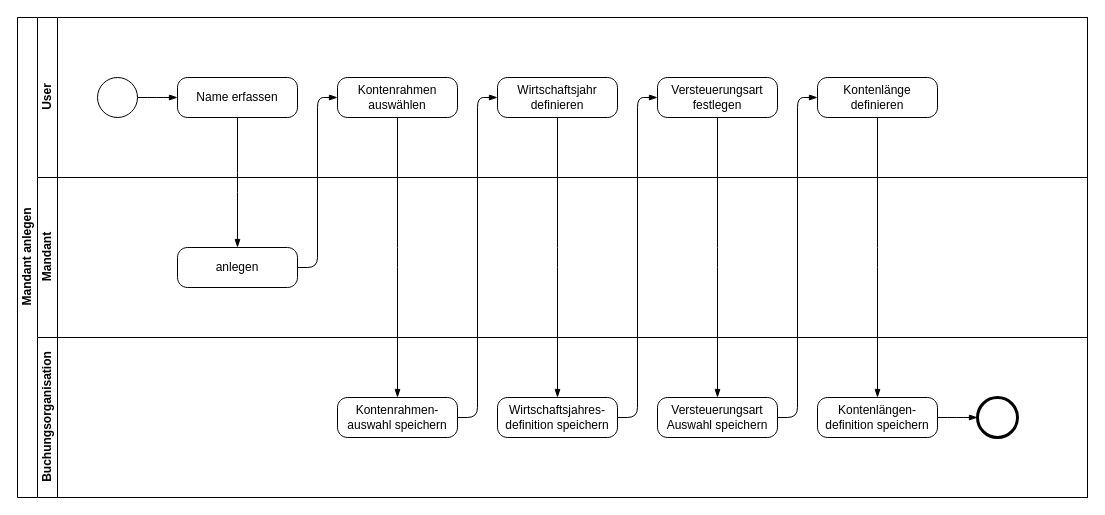
This is page 5 of 5 of architektur/Architektur.drawio from DirkPodolakEssquare/agenda, a draw.io file, before an edit. Source tidied: cells renumbered, new cells numbered last; positions are measured from the earlier drawing's top-left corner, leaving out a move shared by most shapes. Both pictures are drawn from the tidied source at 100%, with x=0, y=0 at pixel (17, 17).
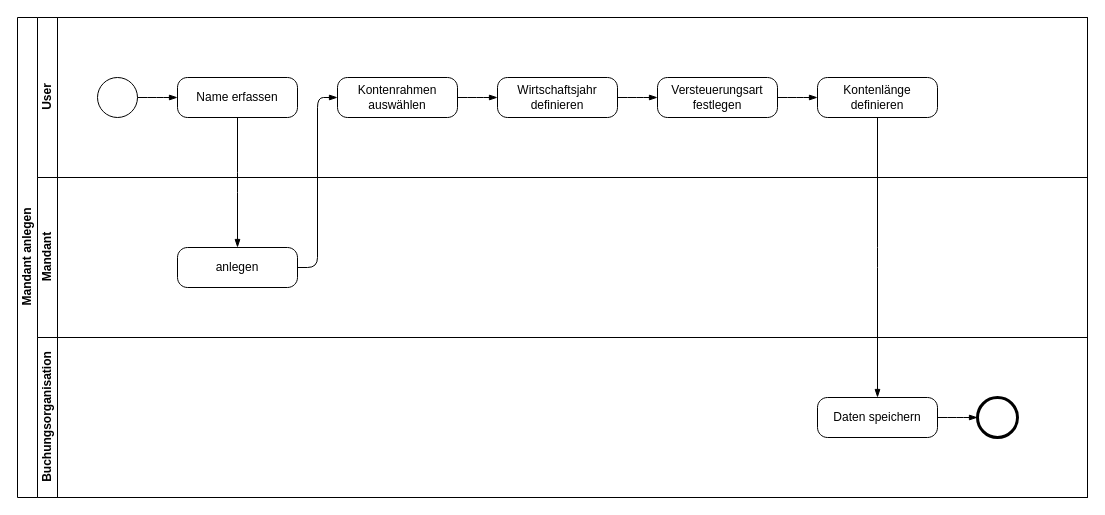
The same diagram, later.

Commit message:
Prozess "Mandant anlegen" in neuer Form

Unchanged cells that the change refers to:
```xml
<mxCell id="9" value="Buchungsorganisation" style="swimlane;html=1;startSize=20;horizontal=0;" parent="2" vertex="1">
  <mxGeometry x="20" y="320" width="1050" height="160" as="geometry" />
</mxCell>
<mxCell id="16" value="Kontenrahmen&#10;auswählen" style="points=[[0.25,0,0],[0.5,0,0],[0.75,0,0],[1,0.25,0],[1,0.5,0],[1,0.75,0],[0.75,1,0],[0.5,1,0],[0.25,1,0],[0,0.75,0],[0,0.5,0],[0,0.25,0]];shape=mxgraph.bpmn.task;whiteSpace=wrap;rectStyle=rounded;size=10;taskMarker=abstract;" parent="1" vertex="1">
  <mxGeometry x="320" y="60" width="120" height="40" as="geometry" />
</mxCell>
<mxCell id="19" value="Wirtschaftsjahr&#10;definieren" style="points=[[0.25,0,0],[0.5,0,0],[0.75,0,0],[1,0.25,0],[1,0.5,0],[1,0.75,0],[0.75,1,0],[0.5,1,0],[0.25,1,0],[0,0.75,0],[0,0.5,0],[0,0.25,0]];shape=mxgraph.bpmn.task;whiteSpace=wrap;rectStyle=rounded;size=10;taskMarker=abstract;" parent="1" vertex="1">
  <mxGeometry x="480" y="60" width="120" height="40" as="geometry" />
</mxCell>
<mxCell id="23" value="Versteuerungsart&#10;festlegen" style="points=[[0.25,0,0],[0.5,0,0],[0.75,0,0],[1,0.25,0],[1,0.5,0],[1,0.75,0],[0.75,1,0],[0.5,1,0],[0.25,1,0],[0,0.75,0],[0,0.5,0],[0,0.25,0]];shape=mxgraph.bpmn.task;whiteSpace=wrap;rectStyle=rounded;size=10;taskMarker=abstract;" parent="1" vertex="1">
  <mxGeometry x="640" y="60" width="120" height="40" as="geometry" />
</mxCell>
<mxCell id="26" value="Kontenlänge&#10;definieren" style="points=[[0.25,0,0],[0.5,0,0],[0.75,0,0],[1,0.25,0],[1,0.5,0],[1,0.75,0],[0.75,1,0],[0.5,1,0],[0.25,1,0],[0,0.75,0],[0,0.5,0],[0,0.25,0]];shape=mxgraph.bpmn.task;whiteSpace=wrap;rectStyle=rounded;size=10;taskMarker=abstract;" parent="1" vertex="1">
  <mxGeometry x="800" y="60" width="120" height="40" as="geometry" />
</mxCell>
```

The edit, as a diff of the source:
```diff
@@
-    <mxCell id="10" value="Kontenrahmen-&#10;auswahl speichern" style="points=[[0.25,0,0],[0.5,0,0],[0.75,0,0],[1,0.25,0],[1,0.5,0],[1,0.75,0],[0.75,1,0],[0.5,1,0],[0.25,1,0],[0,0.75,0],[0,0.5,0],[0,0.25,0]];shape=mxgraph.bpmn.task;whiteSpace=wrap;rectStyle=rounded;size=10;taskMarker=abstract;" parent="9" vertex="1">
-      <mxGeometry x="300" y="60" width="120" height="40" as="geometry" />
-    </mxCell>
-    <mxCell id="11" value="Versteuerungsart&#10;Auswahl speichern" style="points=[[0.25,0,0],[0.5,0,0],[0.75,0,0],[1,0.25,0],[1,0.5,0],[1,0.75,0],[0.75,1,0],[0.5,1,0],[0.25,1,0],[0,0.75,0],[0,0.5,0],[0,0.25,0]];shape=mxgraph.bpmn.task;whiteSpace=wrap;rectStyle=rounded;size=10;taskMarker=abstract;" parent="9" vertex="1">
-      <mxGeometry x="620" y="60" width="120" height="40" as="geometry" />
-    </mxCell>
-    <mxCell id="12" value="Kontenlängen-&#10;definition speichern" style="points=[[0.25,0,0],[0.5,0,0],[0.75,0,0],[1,0.25,0],[1,0.5,0],[1,0.75,0],[0.75,1,0],[0.5,1,0],[0.25,1,0],[0,0.75,0],[0,0.5,0],[0,0.25,0]];shape=mxgraph.bpmn.task;whiteSpace=wrap;rectStyle=rounded;size=10;taskMarker=abstract;" parent="9" vertex="1">
+    <mxCell id="12" value="Daten speichern" style="points=[[0.25,0,0],[0.5,0,0],[0.75,0,0],[1,0.25,0],[1,0.5,0],[1,0.75,0],[0.75,1,0],[0.5,1,0],[0.25,1,0],[0,0.75,0],[0,0.5,0],[0,0.25,0]];shape=mxgraph.bpmn.task;whiteSpace=wrap;rectStyle=rounded;size=10;taskMarker=abstract;" parent="9" vertex="1">
       <mxGeometry x="780" y="60" width="120" height="40" as="geometry" />
     </mxCell>
@@
-    <mxCell id="18" style="edgeStyle=elbowEdgeStyle;fontSize=12;html=1;endArrow=blockThin;endFill=1;" parent="1" edge="1" source="16" target="10">
-      <mxGeometry relative="1" as="geometry" />
-    </mxCell>
@@
-    <mxCell id="20" style="edgeStyle=elbowEdgeStyle;fontSize=12;html=1;endArrow=blockThin;endFill=1;" parent="1" edge="1" source="10" target="19">
+    <mxCell id="20" style="edgeStyle=elbowEdgeStyle;fontSize=12;html=1;endArrow=blockThin;endFill=1;" parent="1" edge="1" source="16" target="19">
       <mxGeometry relative="1" as="geometry" />
     </mxCell>
-    <mxCell id="21" value="Wirtschaftsjahres-&#10;definition speichern" style="points=[[0.25,0,0],[0.5,0,0],[0.75,0,0],[1,0.25,0],[1,0.5,0],[1,0.75,0],[0.75,1,0],[0.5,1,0],[0.25,1,0],[0,0.75,0],[0,0.5,0],[0,0.25,0]];shape=mxgraph.bpmn.task;whiteSpace=wrap;rectStyle=rounded;size=10;taskMarker=abstract;" parent="1" vertex="1">
-      <mxGeometry x="480" y="380" width="120" height="40" as="geometry" />
-    </mxCell>
-    <mxCell id="22" style="edgeStyle=elbowEdgeStyle;fontSize=12;html=1;endArrow=blockThin;endFill=1;" parent="1" edge="1" source="19" target="21">
-      <mxGeometry relative="1" as="geometry" />
-    </mxCell>
@@
-    <mxCell id="24" style="edgeStyle=elbowEdgeStyle;fontSize=12;html=1;endArrow=blockThin;endFill=1;" parent="1" edge="1" source="21" target="23">
+    <mxCell id="24" style="edgeStyle=elbowEdgeStyle;fontSize=12;html=1;endArrow=blockThin;endFill=1;" parent="1" edge="1" source="19" target="23">
       <mxGeometry relative="1" as="geometry" />
     </mxCell>
-    <mxCell id="25" style="edgeStyle=elbowEdgeStyle;fontSize=12;html=1;endArrow=blockThin;endFill=1;" parent="1" edge="1" source="23" target="11">
-      <mxGeometry relative="1" as="geometry" />
-    </mxCell>
@@
-    <mxCell id="27" style="edgeStyle=elbowEdgeStyle;fontSize=12;html=1;endArrow=blockThin;endFill=1;" parent="1" edge="1" source="11" target="26">
+    <mxCell id="27" style="edgeStyle=elbowEdgeStyle;fontSize=12;html=1;endArrow=blockThin;endFill=1;" parent="1" edge="1" source="23" target="26">
       <mxGeometry relative="1" as="geometry" />
     </mxCell>
```
